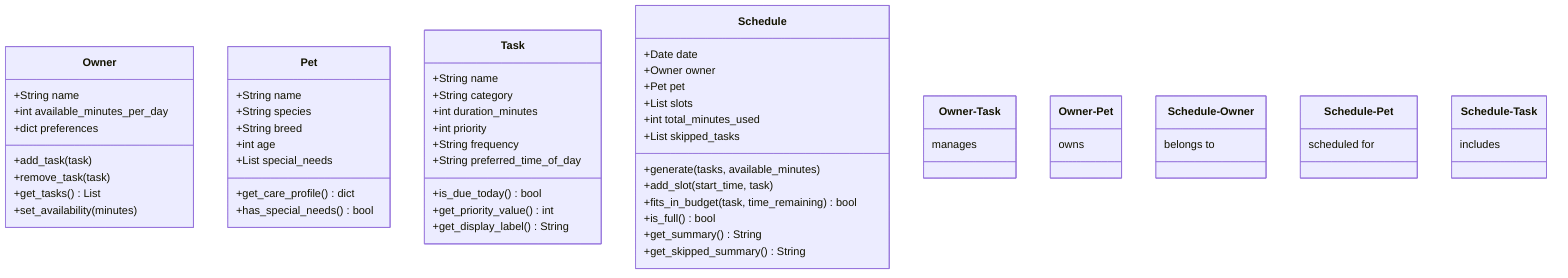
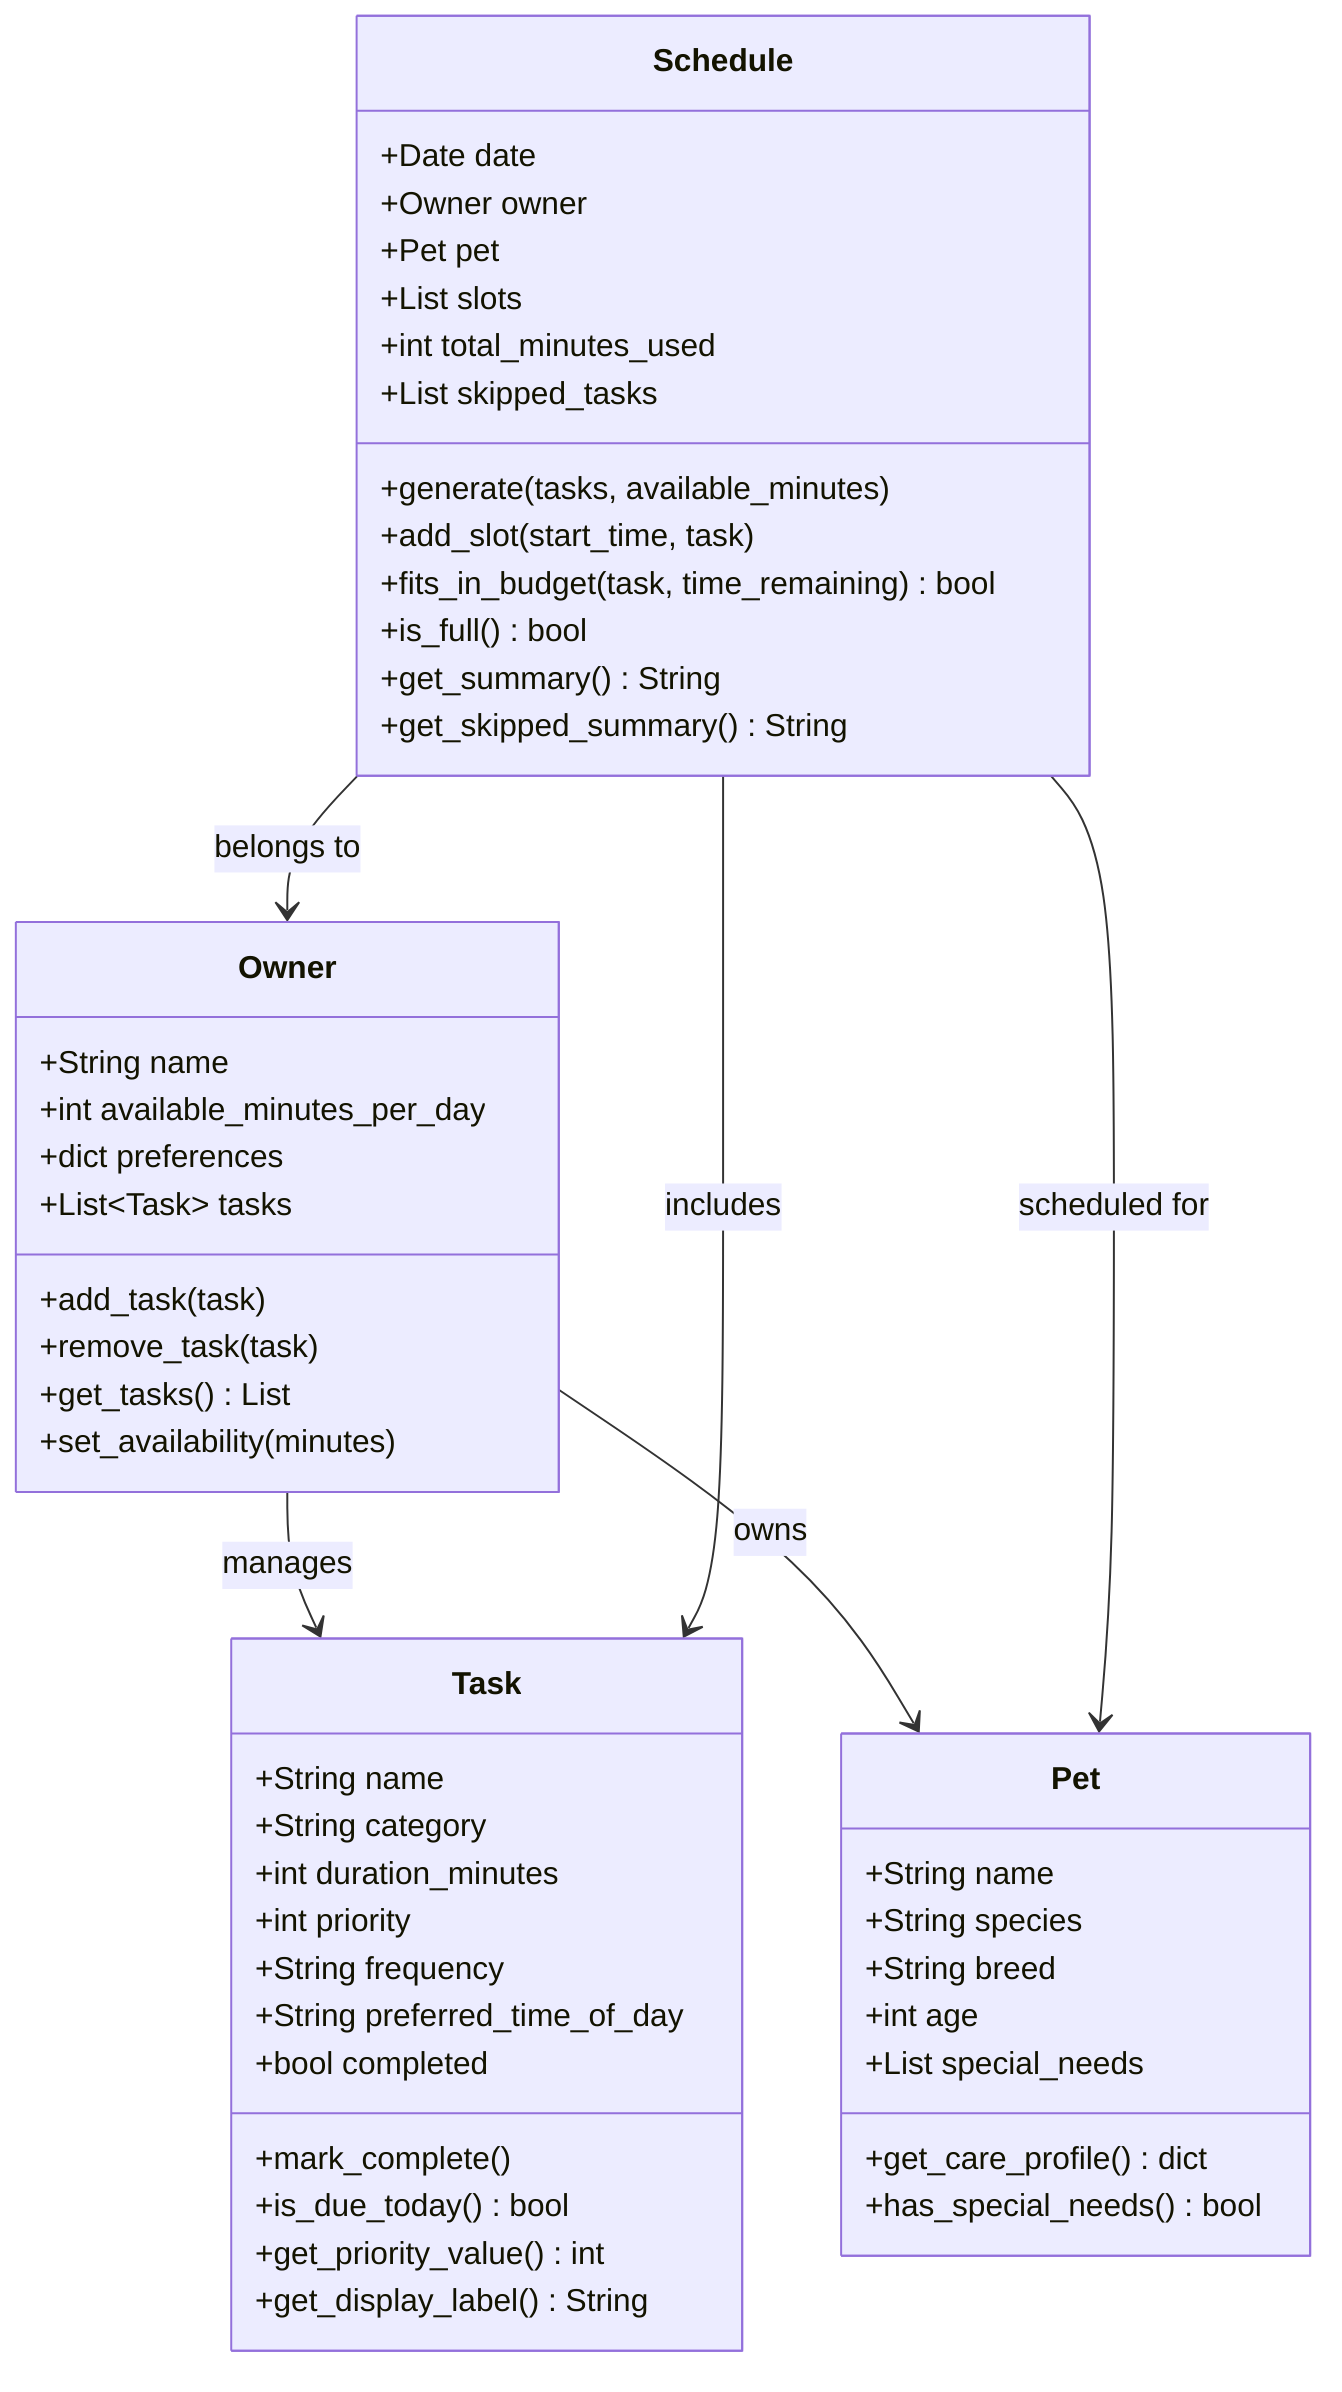
classDiagram
    class Owner {
        +String name
        +int available_minutes_per_day
        +dict preferences
+         +List~Task~ tasks
        +add_task(task)
        +remove_task(task)
        +get_tasks() List
        +set_availability(minutes)
    }

    class Pet {
        +String name
        +String species
        +String breed
        +int age
        +List special_needs
        +get_care_profile() dict
        +has_special_needs() bool
    }

    class Task {
        +String name
        +String category
        +int duration_minutes
        +int priority
        +String frequency
        +String preferred_time_of_day
+         +bool completed
+         +mark_complete()
        +is_due_today() bool
        +get_priority_value() int
        +get_display_label() String
    }

    class Schedule {
        +Date date
        +Owner owner
        +Pet pet
        +List slots
        +int total_minutes_used
        +List skipped_tasks
        +generate(tasks, available_minutes)
        +add_slot(start_time, task)
        +fits_in_budget(task, time_remaining) bool
        +is_full() bool
        +get_summary() String
        +get_skipped_summary() String
    }

-     Owner    - Task : manages
-     Owner    - Pet : owns
-     Schedule - Owner : belongs to
-     Schedule - Pet : scheduled for
-     Schedule - Task : includes
+     Owner    --> Task : manages
+     Owner    --> Pet : owns
+     Schedule --> Owner : belongs to
+     Schedule --> Pet : scheduled for
+     Schedule --> Task : includes

%% ─────────────────────────────────────────────────────────────────────────────
%% UML Class Diagram
%% ─────────────────────────────────────────────────────────────────────────────
%%
%%                         ┌──────────────────────────────────────────────────┐
%%                         │                   Schedule                       │
%%                         ├──────────────────────────────────────────────────┤
%%                         │ +Date date                                       │
%%                         │ +Owner owner                                     │
%%                         │ +Pet pet                                         │
%%                         │ +List slots                                      │
%%                         │ +int total_minutes_used                          │
%%                         │ +List skipped_tasks                              │
%%                         ├──────────────────────────────────────────────────┤
%%                         │ +generate(tasks, available_minutes)              │
%%                         │ +add_slot(start_time, task)                      │
%%                         │ +fits_in_budget(task, time_remaining) : bool     │
%%                         │ +is_full() : bool                                │
%%                         │ +get_summary() : String                          │
%%                         │ +get_skipped_summary() : String                  │
%%                         └────┬───────────────────────┬──────────────┬──────┘
%%                              │                       │               │
%%                              │                       │               │
%%                   belongs to │                       │               │
%%                              ▼                       │               │
%% ┌──────────────────────────────────┐                 │               │
%% │              Owner               │                 │               │
%% ├──────────────────────────────────┤             schedule for        │
%% │ +String name                     │                 │               │
%% │ +int available_minutes_per_day   │                 │               │ includes
%% │ +dict preferences                │                 │               │
+ %% │ +List~Task~ tasks                │                 │               │
%% ├──────────────────────────────────┤                 │               │
%% │ +add_task(task)                  │◆─ manages───────────────────────┼──────────────────────────┐
%% │ +remove_task(task)               │                 │               │                          │
%% │ +get_tasks() : List              │                 │               ▼                          │
%% │ +set_availability(minutes)       │                 │   ┌───────────────────────────────────┐  │
%% └──────────────┬───────────────────┘                 │   │             Task                  │◄─┘
%%                │                                     │   ├───────────────────────────────────┤
%%             owns                                     │   │ +String name                      │
%%                │                                     │   │ +String category                  │
%%                │                    ┌────────────────┘   │ +int duration_minutes             │
%%                │                    │                    │ +int priority                     │
%%                ▼                    ▼                    │ +String frequency                 │
%%          ┌─────────────────────────────┐                 │ +String preferred_time_of_day     │
+ %%                                                          │ +bool completed                   │
%%          │             Pet             │                 ├───────────────────────────────────┤
+ %%                                                          │ +mark_complete()                  │
%%          ├─────────────────────────────┤                 │ +is_due_today() : bool            │
%%          │ +String name                │                 │ +get_priority_value() : int       │
%%          │ +String species             │                 │ +get_display_label() : String     │
%%          │ +String breed               │                 └───────────────────────────────────┘
%%          │ +int age                    │
%%          │ +List special_needs         │
%%          ├─────────────────────────────┤
%%          │ +get_care_profile() : dict  │
%%          │ +has_special_needs() : bool │
%%          └─────────────────────────────┘
%%
